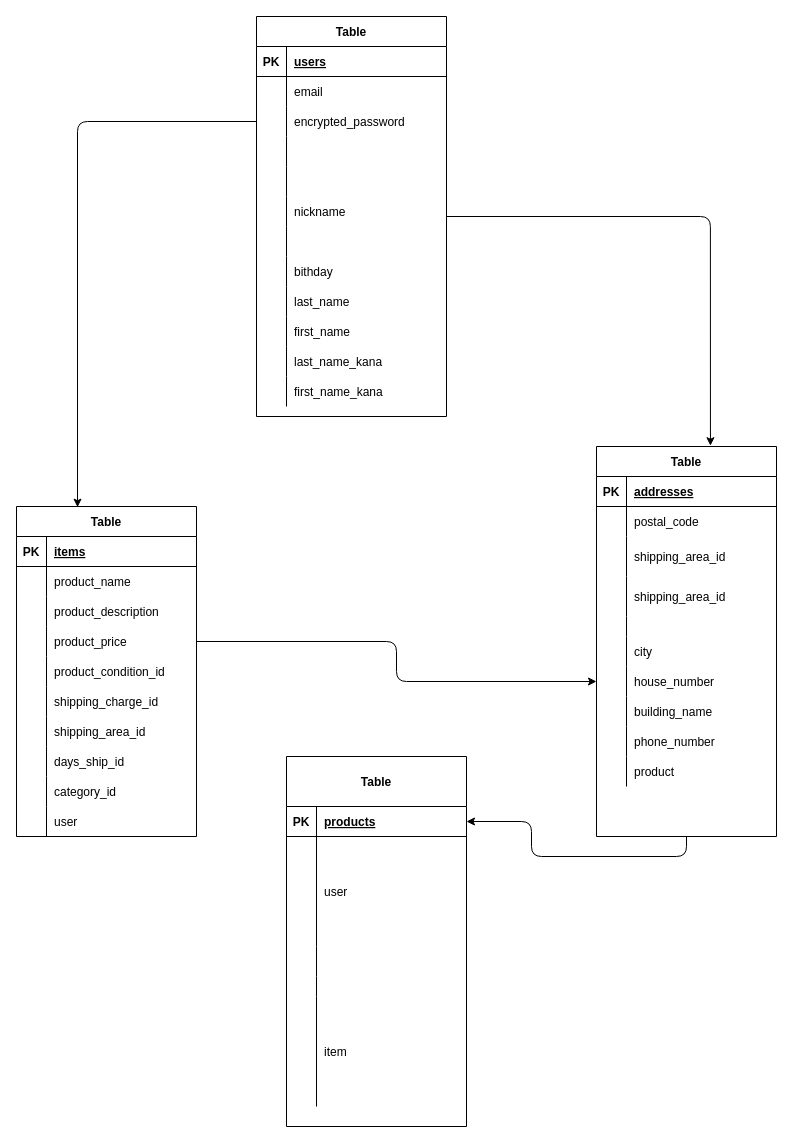
Tatsuki5179/furima-35007 keeps this draw.io diagram as furima-35007.dio. Above is the earlier version. Source tidied: cells renumbered, new cells numbered last; positions are measured from the earlier drawing's top-left corner, leaving out a move shared by most shapes. Both pictures are drawn from the tidied source at 100%, with x=0, y=0 at pixel (16, 16).
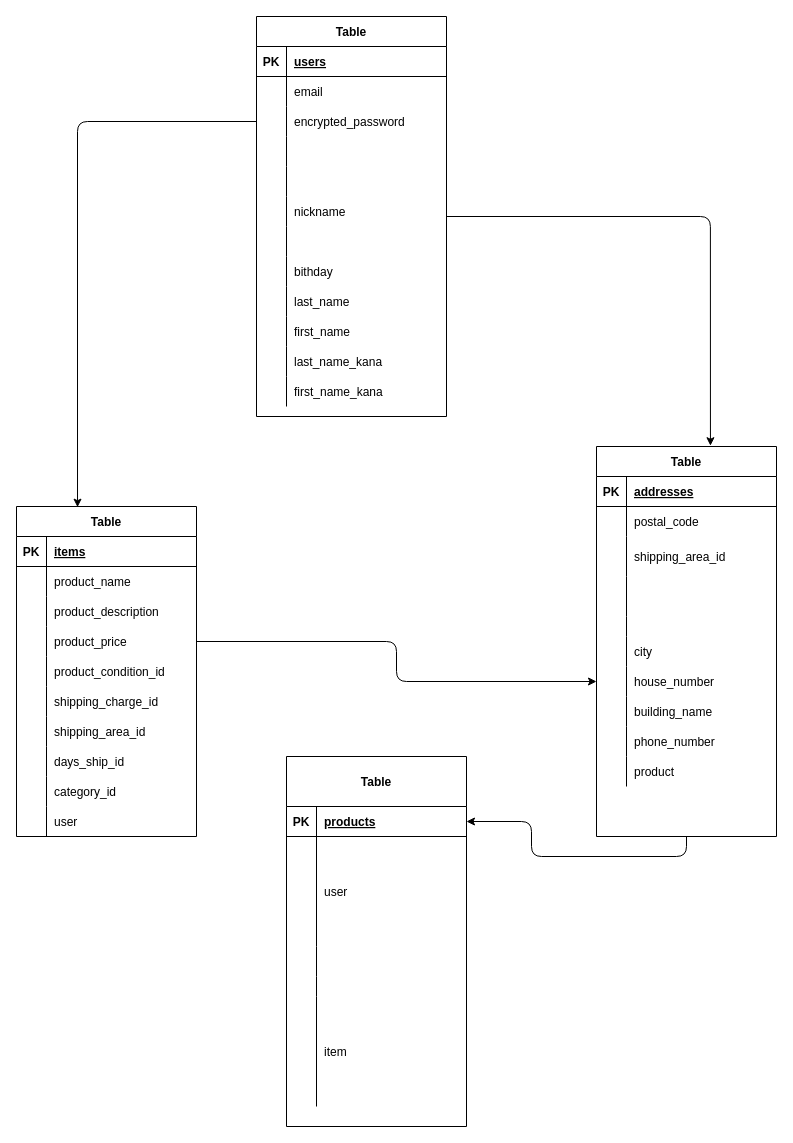
After the change.

Unchanged cells that the change refers to:
```xml
<mxCell id="44" style="shape=partialRectangle;fillColor=none;top=0;left=0;bottom=0;right=0;" parent="34" vertex="1">
  <mxGeometry y="130" width="180" height="40" as="geometry" />
</mxCell>
```

The edit, as a diff of the source:
```diff
@@
-    <mxCell id="46" value="shipping_area_id" style="shape=partialRectangle;fillColor=none;top=0;left=0;bottom=0;right=0;align=left;spacingLeft=6;overflow=hidden;" parent="44" vertex="1">
+    <mxCell id="46" style="shape=partialRectangle;fillColor=none;top=0;left=0;bottom=0;right=0;align=left;spacingLeft=6;overflow=hidden;" parent="44" vertex="1">
       <mxGeometry x="30" width="150" height="40" as="geometry" />
     </mxCell>
```
